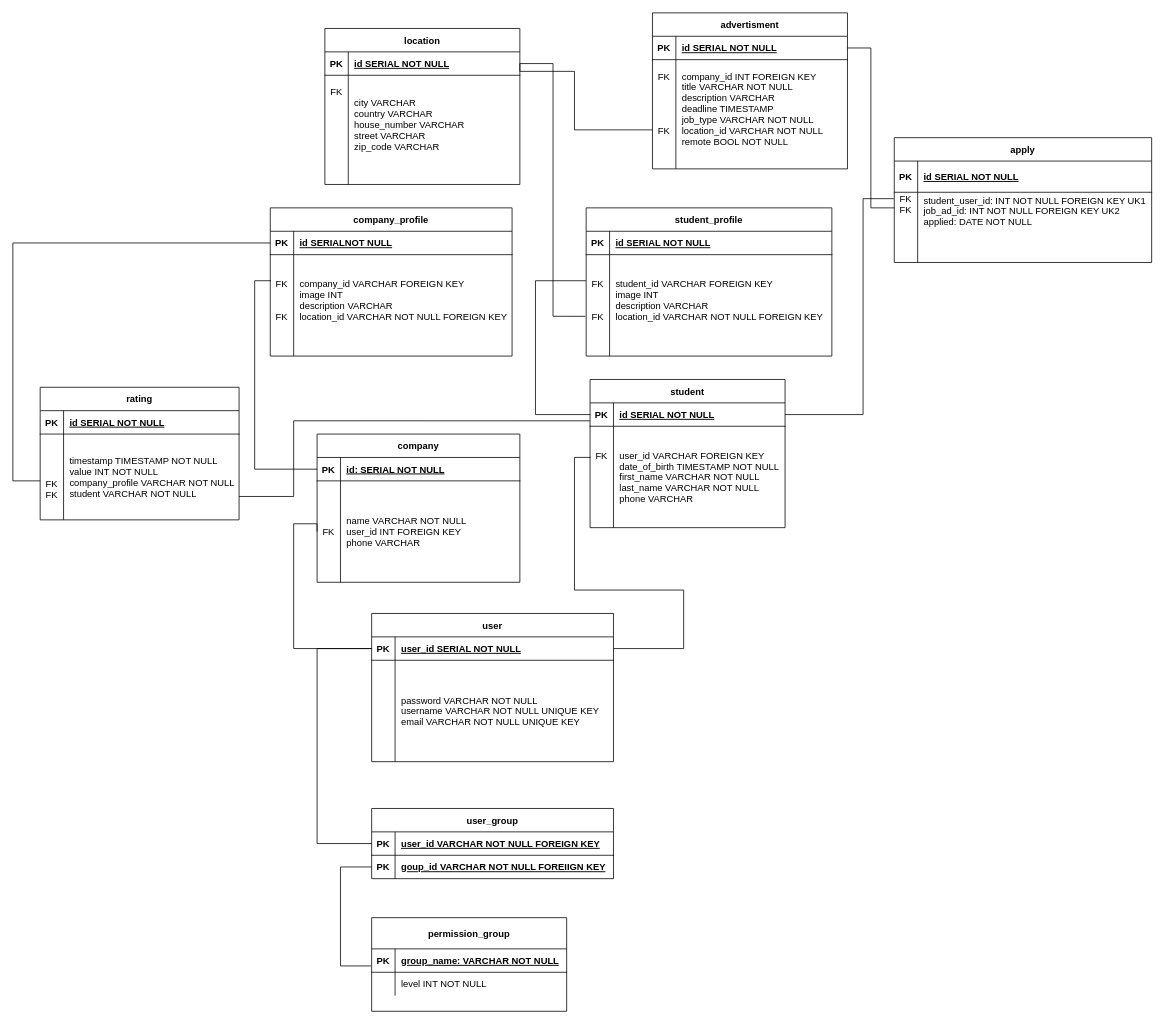
Earlier version of the draw.io diagram page "Logisch" (1 of 2) of doc/diagram/ERDiagramm.drawio (KlaraGolubovic/SE02). Source tidied: cells renumbered, new cells numbered last; positions are measured from the earlier drawing's top-left corner, leaving out a move shared by most shapes. Both pictures are drawn from the tidied source at 78%, with x=0, y=0 at pixel (12, 12).
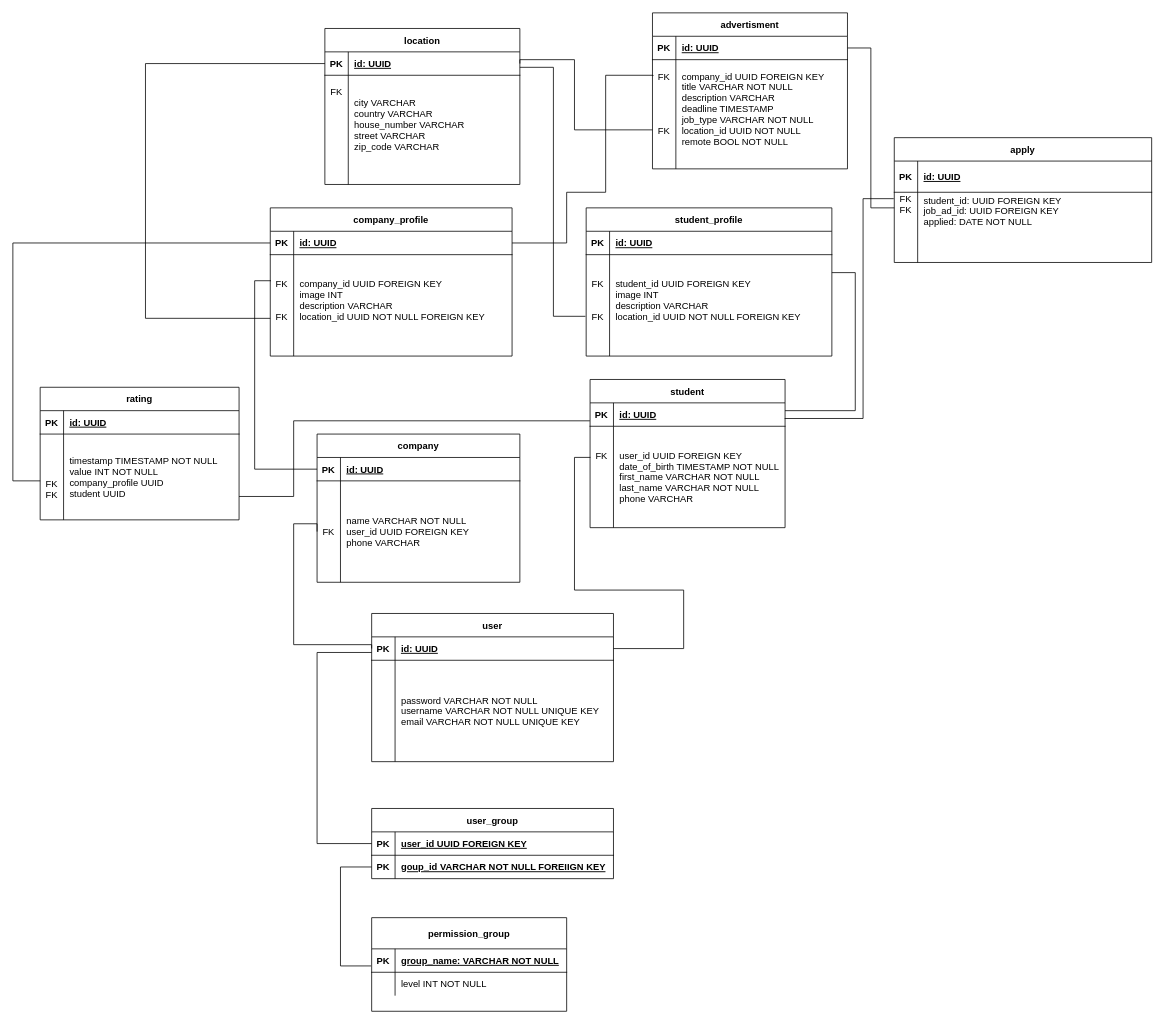
The same page after the edit.

Unchanged cells that the change refers to:
```xml
<mxCell id="2" value="advertisment" style="shape=table;startSize=30;childLayout=tableLayout;rowLines=0;fontStyle=1;align=center;" parent="1" vertex="1">
  <mxGeometry x="820" width="250" height="200" as="geometry" />
</mxCell>
<mxCell id="3" style="shape=partialRectangle;fillColor=none;points=[[0,0.5],[1,0.5]];portConstraint=eastwest;top=0;left=0;right=0;bottom=1;" parent="2" vertex="1">
  <mxGeometry y="30" width="250" height="30" as="geometry" />
</mxCell>
<mxCell id="6" style="shape=partialRectangle;fillColor=none;points=[[0,0.5],[1,0.5]];portConstraint=eastwest;top=0;left=0;right=0;bottom=0;" parent="2" vertex="1">
  <mxGeometry y="60" width="250" height="140" as="geometry" />
</mxCell>
<mxCell id="10" style="shape=partialRectangle;fillColor=none;points=[[0,0.5],[1,0.5]];portConstraint=eastwest;top=0;left=0;right=0;bottom=1;" parent="9" vertex="1">
  <mxGeometry y="30" width="310" height="30" as="geometry" />
</mxCell>
<mxCell id="13" style="shape=partialRectangle;fillColor=none;points=[[0,0.5],[1,0.5]];portConstraint=eastwest;top=0;left=0;right=0;bottom=0;" parent="9" vertex="1">
  <mxGeometry y="60" width="310" height="130" as="geometry" />
</mxCell>
<mxCell id="18" style="shape=partialRectangle;fillColor=none;points=[[0,0.5],[1,0.5]];portConstraint=eastwest;top=0;left=0;right=0;bottom=1;" parent="17" vertex="1">
  <mxGeometry y="30" width="250" height="30" as="geometry" />
</mxCell>
<mxCell id="21" style="shape=partialRectangle;fillColor=none;points=[[0,0.5],[1,0.5]];portConstraint=eastwest;top=0;left=0;right=0;bottom=0;" parent="17" vertex="1">
  <mxGeometry y="60" width="250" height="130" as="geometry" />
</mxCell>
<mxCell id="26" style="shape=partialRectangle;fillColor=none;points=[[0,0.5],[1,0.5]];portConstraint=eastwest;top=0;left=0;right=0;bottom=1;" parent="25" vertex="1">
  <mxGeometry y="30" width="260" height="30" as="geometry" />
</mxCell>
<mxCell id="29" style="shape=partialRectangle;fillColor=none;points=[[0,0.5],[1,0.5]];portConstraint=eastwest;top=0;left=0;right=0;bottom=0;" parent="25" vertex="1">
  <mxGeometry y="60" width="260" height="130" as="geometry" />
</mxCell>
<mxCell id="33" style="shape=partialRectangle;fillColor=none;top=0;left=0;right=0;bottom=1;" parent="32" vertex="1">
  <mxGeometry y="30" width="315" height="30" as="geometry" />
</mxCell>
<mxCell id="36" style="shape=partialRectangle;fillColor=none;points=[[0,0.5],[1,0.5]];portConstraint=eastwest;top=0;left=0;right=0;bottom=0;" parent="32" vertex="1">
  <mxGeometry y="60" width="315" height="130" as="geometry" />
</mxCell>
<mxCell id="41" style="shape=partialRectangle;fillColor=none;points=[[0,0.5],[1,0.5]];portConstraint=eastwest;top=0;left=0;right=0;bottom=1;" parent="40" vertex="1">
  <mxGeometry y="30" width="310" height="30" as="geometry" />
</mxCell>
<mxCell id="49" style="shape=partialRectangle;fillColor=none;points=[[0,0.5],[1,0.5]];portConstraint=eastwest;top=0;left=0;right=0;bottom=1;" parent="48" vertex="1">
  <mxGeometry y="30" width="310" height="30" as="geometry" />
</mxCell>
<mxCell id="64" style="shape=partialRectangle;fillColor=none;points=[[0,0.5],[1,0.5]];portConstraint=eastwest;top=0;left=0;right=0;bottom=1;" parent="63" vertex="1">
  <mxGeometry y="30" width="250" height="30" as="geometry" />
</mxCell>
<mxCell id="73" style="shape=partialRectangle;fillColor=none;top=0;left=0;right=0;bottom=1;" parent="72" vertex="1">
  <mxGeometry y="30" width="330" height="40" as="geometry" />
</mxCell>
<mxCell id="76" style="shape=partialRectangle;fillColor=none;points=[[0,0.5],[1,0.5]];portConstraint=eastwest;top=0;left=0;right=0;bottom=0;" parent="72" vertex="1">
  <mxGeometry y="70" width="330" height="90" as="geometry" />
</mxCell>
<mxCell id="83" style="shape=partialRectangle;fillColor=none;top=0;left=0;right=0;bottom=1;" parent="82" vertex="1">
  <mxGeometry y="30" width="255" height="30" as="geometry" />
</mxCell>
<mxCell id="86" style="shape=partialRectangle;fillColor=none;points=[[0,0.5],[1,0.5]];portConstraint=eastwest;top=0;left=0;right=0;bottom=0;" parent="82" vertex="1">
  <mxGeometry y="60" width="255" height="110" as="geometry" />
</mxCell>
```

Change to the diagram source:
```diff
@@
-    <mxCell id="5" value="id SERIAL NOT NULL" style="shape=partialRectangle;overflow=hidden;fillColor=none;top=0;left=0;bottom=0;right=0;align=left;spacingLeft=6;fontStyle=5;" parent="3" vertex="1">
+    <mxCell id="5" value="id: UUID" style="shape=partialRectangle;overflow=hidden;fillColor=none;top=0;left=0;bottom=0;right=0;align=left;spacingLeft=6;fontStyle=5;" parent="3" vertex="1">
       <mxGeometry x="30" width="220" height="30" as="geometry" />
     </mxCell>
@@
-    <mxCell id="8" value="company_id INT FOREIGN KEY&#10;title VARCHAR NOT NULL&#10;description VARCHAR&#10;deadline TIMESTAMP&#10;job_type VARCHAR NOT NULL&#10;location_id VARCHAR NOT NULL&#10;remote BOOL NOT NULL&#10;" style="shape=partialRectangle;overflow=hidden;fillColor=none;top=0;left=0;bottom=0;right=0;align=left;spacingLeft=6;" parent="6" vertex="1">
+    <mxCell id="8" value="company_id UUID FOREIGN KEY&#10;title VARCHAR NOT NULL&#10;description VARCHAR&#10;deadline TIMESTAMP&#10;job_type VARCHAR NOT NULL&#10;location_id UUID NOT NULL&#10;remote BOOL NOT NULL&#10;" style="shape=partialRectangle;overflow=hidden;fillColor=none;top=0;left=0;bottom=0;right=0;align=left;spacingLeft=6;" parent="6" vertex="1">
       <mxGeometry x="30" width="220" height="140" as="geometry" />
     </mxCell>
@@
-    <mxCell id="12" value="id SERIALNOT NULL" style="shape=partialRectangle;overflow=hidden;fillColor=none;top=0;left=0;bottom=0;right=0;align=left;spacingLeft=6;fontStyle=5;" parent="10" vertex="1">
+    <mxCell id="12" value="id: UUID" style="shape=partialRectangle;overflow=hidden;fillColor=none;top=0;left=0;bottom=0;right=0;align=left;spacingLeft=6;fontStyle=5;" parent="10" vertex="1">
       <mxGeometry x="30" width="280" height="30" as="geometry" />
     </mxCell>
@@
-    <mxCell id="15" value="company_id VARCHAR FOREIGN KEY&#10;image INT&#10;description VARCHAR &#10;location_id VARCHAR NOT NULL FOREIGN KEY &#10;" style="shape=partialRectangle;overflow=hidden;fillColor=none;top=0;left=0;bottom=0;right=0;align=left;spacingLeft=6;fontStyle=0;" parent="13" vertex="1">
+    <mxCell id="15" value="company_id UUID FOREIGN KEY&#10;image INT&#10;description VARCHAR &#10;location_id UUID NOT NULL FOREIGN KEY &#10;" style="shape=partialRectangle;overflow=hidden;fillColor=none;top=0;left=0;bottom=0;right=0;align=left;spacingLeft=6;fontStyle=0;" parent="13" vertex="1">
       <mxGeometry x="30" width="280" height="130" as="geometry" />
     </mxCell>
-    <mxCell id="16" style="edgeStyle=orthogonalEdgeStyle;rounded=0;jettySize=auto;html=1;endArrow=none;endFill=0;exitX=0;exitY=0.5;exitDx=0;exitDy=0;entryX=-0.001;entryY=0.257;entryDx=0;entryDy=0;entryPerimeter=0;" parent="1" edge="1" source="18" target="36">
-      <mxGeometry relative="1" as="geometry">
-        <Array as="points">
-          <mxPoint x="670" y="515" />
-          <mxPoint x="670" y="343" />
-        </Array>
-      </mxGeometry>
-    </mxCell>
@@
-    <mxCell id="20" value="id SERIAL NOT NULL" style="shape=partialRectangle;overflow=hidden;fillColor=none;top=0;left=0;bottom=0;right=0;align=left;spacingLeft=6;fontStyle=5;" parent="18" vertex="1">
+    <mxCell id="20" value="id: UUID" style="shape=partialRectangle;overflow=hidden;fillColor=none;top=0;left=0;bottom=0;right=0;align=left;spacingLeft=6;fontStyle=5;" parent="18" vertex="1">
       <mxGeometry x="30" width="220" height="30" as="geometry" />
     </mxCell>
@@
-    <mxCell id="23" value="user_id VARCHAR FOREIGN KEY&#10;date_of_birth TIMESTAMP NOT NULL&#10;first_name VARCHAR NOT NULL&#10;last_name VARCHAR NOT NULL&#10;phone VARCHAR" style="shape=partialRectangle;overflow=hidden;fillColor=none;top=0;left=0;bottom=0;right=0;align=left;spacingLeft=6;" parent="21" vertex="1">
+    <mxCell id="23" value="user_id UUID FOREIGN KEY&#10;date_of_birth TIMESTAMP NOT NULL&#10;first_name VARCHAR NOT NULL&#10;last_name VARCHAR NOT NULL&#10;phone VARCHAR" style="shape=partialRectangle;overflow=hidden;fillColor=none;top=0;left=0;bottom=0;right=0;align=left;spacingLeft=6;" parent="21" vertex="1">
       <mxGeometry x="30" width="220" height="130" as="geometry" />
     </mxCell>
@@
-    <mxCell id="28" value="id: SERIAL NOT NULL" style="shape=partialRectangle;overflow=hidden;fillColor=none;top=0;left=0;bottom=0;right=0;align=left;spacingLeft=6;fontStyle=5;" parent="26" vertex="1">
+    <mxCell id="28" value="id: UUID" style="shape=partialRectangle;overflow=hidden;fillColor=none;top=0;left=0;bottom=0;right=0;align=left;spacingLeft=6;fontStyle=5;" parent="26" vertex="1">
       <mxGeometry x="30" width="230" height="30" as="geometry" />
     </mxCell>
@@
-    <mxCell id="31" value="name VARCHAR NOT NULL&#10;user_id INT FOREIGN KEY&#10;phone VARCHAR" style="shape=partialRectangle;overflow=hidden;fillColor=none;top=0;left=0;bottom=0;right=0;align=left;spacingLeft=6;" parent="29" vertex="1">
+    <mxCell id="31" value="name VARCHAR NOT NULL&#10;user_id UUID FOREIGN KEY&#10;phone VARCHAR" style="shape=partialRectangle;overflow=hidden;fillColor=none;top=0;left=0;bottom=0;right=0;align=left;spacingLeft=6;" parent="29" vertex="1">
       <mxGeometry x="30" width="230" height="130" as="geometry" />
     </mxCell>
@@
-    <mxCell id="35" value="id SERIAL NOT NULL" style="shape=partialRectangle;overflow=hidden;fillColor=none;top=0;left=0;bottom=0;right=0;align=left;spacingLeft=6;fontStyle=5;" parent="33" vertex="1">
+    <mxCell id="35" value="id: UUID" style="shape=partialRectangle;overflow=hidden;fillColor=none;top=0;left=0;bottom=0;right=0;align=left;spacingLeft=6;fontStyle=5;" parent="33" vertex="1">
       <mxGeometry x="30" width="285" height="30" as="geometry" />
     </mxCell>
@@
-    <mxCell id="38" value="student_id VARCHAR FOREIGN KEY&#10;image INT&#10;description VARCHAR &#10;location_id VARCHAR NOT NULL FOREIGN KEY&#10;" style="shape=partialRectangle;overflow=hidden;fillColor=none;top=0;left=0;bottom=0;right=0;align=left;spacingLeft=6;" parent="36" vertex="1">
+    <mxCell id="38" value="student_id UUID FOREIGN KEY&#10;image INT&#10;description VARCHAR &#10;location_id UUID NOT NULL FOREIGN KEY&#10;" style="shape=partialRectangle;overflow=hidden;fillColor=none;top=0;left=0;bottom=0;right=0;align=left;spacingLeft=6;" parent="36" vertex="1">
       <mxGeometry x="30" width="285" height="130" as="geometry" />
     </mxCell>
     <mxCell id="39" style="edgeStyle=orthogonalEdgeStyle;rounded=0;jettySize=auto;html=1;endArrow=none;endFill=0;" parent="1" edge="1" source="41" target="49">
       <mxGeometry relative="1" as="geometry">
         <Array as="points">
           <mxPoint x="390" y="1065" />
-          <mxPoint x="390" y="815" />
+          <mxPoint x="390" y="820" />
         </Array>
       </mxGeometry>
     </mxCell>
@@
-    <mxCell id="43" value="user_id VARCHAR NOT NULL FOREIGN KEY" style="shape=partialRectangle;overflow=hidden;fillColor=none;top=0;left=0;bottom=0;right=0;align=left;spacingLeft=6;fontStyle=5;" parent="41" vertex="1">
+    <mxCell id="43" value="user_id UUID FOREIGN KEY" style="shape=partialRectangle;overflow=hidden;fillColor=none;top=0;left=0;bottom=0;right=0;align=left;spacingLeft=6;fontStyle=5;" parent="41" vertex="1">
       <mxGeometry x="30" width="280" height="30" as="geometry" />
     </mxCell>
@@
     <mxCell id="47" style="edgeStyle=orthogonalEdgeStyle;html=1;endArrow=none;endFill=0;exitX=0;exitY=0.5;exitDx=0;exitDy=0;entryX=0;entryY=0.5;entryDx=0;entryDy=0;rounded=0;" parent="1" edge="1" source="49" target="29">
       <mxGeometry relative="1" as="geometry">
         <Array as="points">
-          <mxPoint x="360" y="815" />
+          <mxPoint x="460" y="810" />
+          <mxPoint x="360" y="810" />
           <mxPoint x="360" y="655" />
+          <mxPoint x="390" y="655" />
         </Array>
       </mxGeometry>
     </mxCell>
@@
-    <mxCell id="51" value="user_id SERIAL NOT NULL" style="shape=partialRectangle;overflow=hidden;fillColor=none;top=0;left=0;bottom=0;right=0;align=left;spacingLeft=6;fontStyle=5;" parent="49" vertex="1">
+    <mxCell id="51" value="id: UUID" style="shape=partialRectangle;overflow=hidden;fillColor=none;top=0;left=0;bottom=0;right=0;align=left;spacingLeft=6;fontStyle=5;" parent="49" vertex="1">
       <mxGeometry x="30" width="280" height="30" as="geometry" />
     </mxCell>
@@
-    <mxCell id="66" value="id SERIAL NOT NULL" style="shape=partialRectangle;overflow=hidden;fillColor=none;top=0;left=0;bottom=0;right=0;align=left;spacingLeft=6;fontStyle=5;" parent="64" vertex="1">
+    <mxCell id="66" value="id: UUID" style="shape=partialRectangle;overflow=hidden;fillColor=none;top=0;left=0;bottom=0;right=0;align=left;spacingLeft=6;fontStyle=5;" parent="64" vertex="1">
       <mxGeometry x="30" width="220" height="30" as="geometry" />
     </mxCell>
@@
     <mxCell id="70" style="edgeStyle=orthogonalEdgeStyle;rounded=0;jettySize=auto;html=1;startArrow=none;startFill=0;endArrow=none;endFill=0;exitX=0;exitY=0.75;exitDx=0;exitDy=0;entryX=1;entryY=0.5;entryDx=0;entryDy=0;" parent="1" edge="1" source="2" target="64">
       <mxGeometry relative="1" as="geometry">
         <Array as="points">
           <mxPoint x="720" y="150" />
-          <mxPoint x="720" y="75" />
-          <mxPoint x="650" y="75" />
+          <mxPoint x="720" y="60" />
+          <mxPoint x="650" y="60" />
         </Array>
       </mxGeometry>
     </mxCell>
-    <mxCell id="71" style="edgeStyle=orthogonalEdgeStyle;rounded=0;jettySize=auto;html=1;entryX=-0.003;entryY=0.608;entryDx=0;entryDy=0;entryPerimeter=0;endArrow=none;endFill=0;exitX=1;exitY=0.5;exitDx=0;exitDy=0;" parent="1" edge="1" source="64" target="36">
-      <mxGeometry relative="1" as="geometry" />
+    <mxCell id="71" style="edgeStyle=orthogonalEdgeStyle;rounded=0;jettySize=auto;html=1;entryX=-0.003;entryY=0.608;entryDx=0;entryDy=0;entryPerimeter=0;endArrow=none;endFill=0;exitX=1;exitY=0.66;exitDx=0;exitDy=0;exitPerimeter=0;" parent="1" edge="1" source="64" target="36">
+      <mxGeometry relative="1" as="geometry">
+        <Array as="points">
+          <mxPoint x="693" y="70" />
+          <mxPoint x="693" y="389" />
+        </Array>
+      </mxGeometry>
     </mxCell>
@@
-    <mxCell id="75" value="id SERIAL NOT NULL" style="shape=partialRectangle;overflow=hidden;fillColor=none;top=0;left=0;bottom=0;right=0;align=left;spacingLeft=6;fontStyle=5;" parent="73" vertex="1">
+    <mxCell id="75" value="id: UUID" style="shape=partialRectangle;overflow=hidden;fillColor=none;top=0;left=0;bottom=0;right=0;align=left;spacingLeft=6;fontStyle=5;" parent="73" vertex="1">
       <mxGeometry x="30" width="300" height="40" as="geometry" />
     </mxCell>
@@
-    <mxCell id="78" value="student_user_id: INT NOT NULL FOREIGN KEY UK1&#10;job_ad_id: INT NOT NULL FOREIGN KEY UK2&#10;applied: DATE NOT NULL&#10;&#10;&#10;" style="shape=partialRectangle;overflow=hidden;fillColor=none;top=0;left=0;bottom=0;right=0;align=left;spacingLeft=6;fontStyle=0;" parent="76" vertex="1">
+    <mxCell id="78" value="student_id: UUID FOREIGN KEY&#10;job_ad_id: UUID FOREIGN KEY&#10;applied: DATE NOT NULL&#10;&#10;&#10;" style="shape=partialRectangle;overflow=hidden;fillColor=none;top=0;left=0;bottom=0;right=0;align=left;spacingLeft=6;fontStyle=0;" parent="76" vertex="1">
       <mxGeometry x="30" width="300" height="90" as="geometry" />
     </mxCell>
-    <mxCell id="79" style="edgeStyle=orthogonalEdgeStyle;rounded=0;jettySize=auto;html=1;entryX=-0.002;entryY=0.091;entryDx=0;entryDy=0;entryPerimeter=0;endArrow=none;endFill=0;" parent="1" edge="1" source="18" target="76">
+    <mxCell id="79" style="edgeStyle=orthogonalEdgeStyle;rounded=0;jettySize=auto;html=1;entryX=-0.002;entryY=0.091;entryDx=0;entryDy=0;entryPerimeter=0;endArrow=none;endFill=0;exitX=0.998;exitY=0.668;exitDx=0;exitDy=0;exitPerimeter=0;" parent="1" edge="1" source="18" target="76">
       <mxGeometry relative="1" as="geometry">
         <Array as="points">
-          <mxPoint x="1090" y="515" />
+          <mxPoint x="1090" y="520" />
           <mxPoint x="1090" y="238" />
         </Array>
       </mxGeometry>
     </mxCell>
@@
-    <mxCell id="85" value="id SERIAL NOT NULL" style="shape=partialRectangle;overflow=hidden;fillColor=none;top=0;left=0;bottom=0;right=0;align=left;spacingLeft=6;fontStyle=5;" parent="83" vertex="1">
+    <mxCell id="85" value="id: UUID" style="shape=partialRectangle;overflow=hidden;fillColor=none;top=0;left=0;bottom=0;right=0;align=left;spacingLeft=6;fontStyle=5;" parent="83" vertex="1">
       <mxGeometry x="30" width="225" height="30" as="geometry" />
     </mxCell>
@@
-    <mxCell id="88" value="timestamp TIMESTAMP NOT NULL&#10;value INT NOT NULL&#10;company_profile VARCHAR NOT NULL&#10;student VARCHAR NOT NULL" style="shape=partialRectangle;overflow=hidden;fillColor=none;top=0;left=0;bottom=0;right=0;align=left;spacingLeft=6;" parent="86" vertex="1">
+    <mxCell id="88" value="timestamp TIMESTAMP NOT NULL&#10;value INT NOT NULL&#10;company_profile UUID&#10;student UUID" style="shape=partialRectangle;overflow=hidden;fillColor=none;top=0;left=0;bottom=0;right=0;align=left;spacingLeft=6;" parent="86" vertex="1">
       <mxGeometry x="30" width="225" height="110" as="geometry" />
     </mxCell>
@@
+    <mxCell id="91" style="edgeStyle=orthogonalEdgeStyle;rounded=0;jettySize=auto;html=1;endArrow=none;endFill=0;" parent="1" edge="1" source="18">
+      <mxGeometry relative="1" as="geometry">
+        <mxPoint x="1050" y="333" as="targetPoint" />
+        <Array as="points">
+          <mxPoint x="1080" y="510" />
+          <mxPoint x="1080" y="333" />
+        </Array>
+      </mxGeometry>
+    </mxCell>
+    <mxCell id="92" style="edgeStyle=orthogonalEdgeStyle;rounded=0;jettySize=auto;html=1;endArrow=none;endFill=0;entryX=0;entryY=0.628;entryDx=0;entryDy=0;entryPerimeter=0;exitX=0;exitY=0.5;exitDx=0;exitDy=0;" parent="1" edge="1" source="64" target="13">
+      <mxGeometry relative="1" as="geometry">
+        <Array as="points">
+          <mxPoint x="170" y="65" />
+          <mxPoint x="170" y="392" />
+        </Array>
+      </mxGeometry>
+    </mxCell>
+    <mxCell id="93" style="edgeStyle=orthogonalEdgeStyle;rounded=0;jettySize=auto;html=1;entryX=1;entryY=0.5;entryDx=0;entryDy=0;endArrow=none;endFill=0;exitX=0.003;exitY=0.15;exitDx=0;exitDy=0;exitPerimeter=0;" parent="1" edge="1" source="6" target="10">
+      <mxGeometry relative="1" as="geometry">
+        <Array as="points">
+          <mxPoint x="821" y="80" />
+          <mxPoint x="760" y="80" />
+          <mxPoint x="760" y="230" />
+          <mxPoint x="710" y="230" />
+          <mxPoint x="710" y="295" />
+        </Array>
+      </mxGeometry>
+    </mxCell>
```
